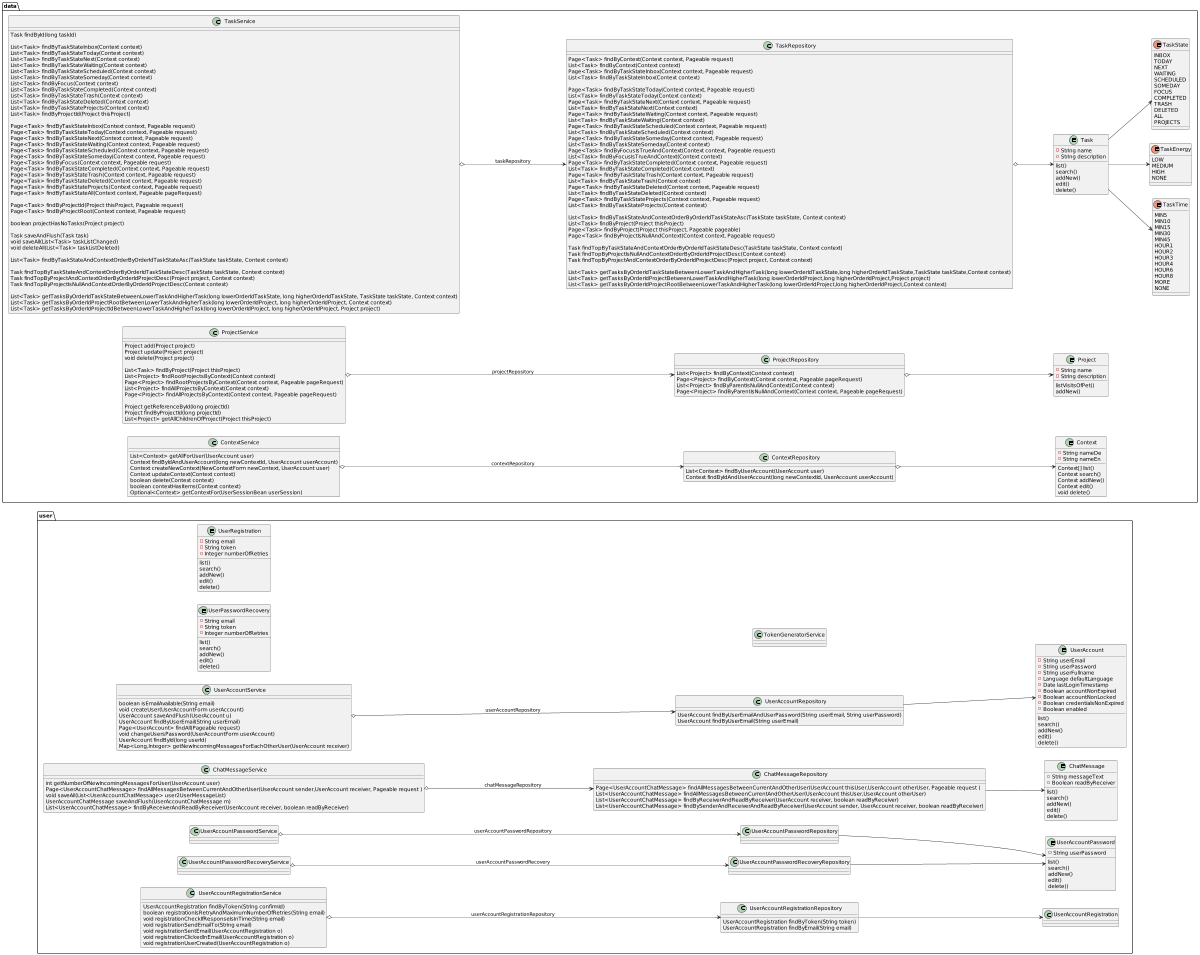
The PlantUML diagram src/main/resources/static/img/plantuml/Simpleworklist__Service_Classes_DB.png in Spring-Framework-Java-Apps/simpleworklist, before a commit.
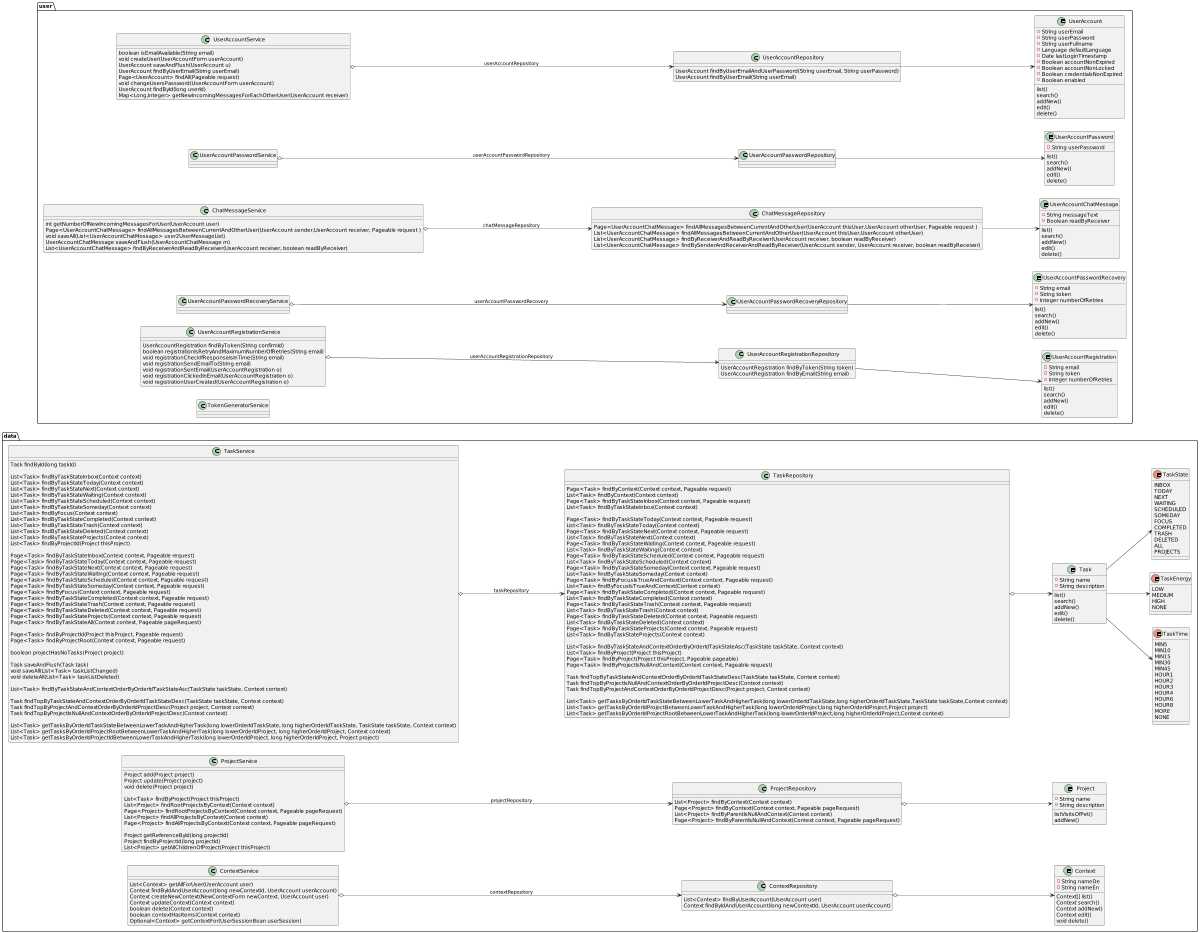
The same file after the commit.

The edit, as a diff of the source:
```diff
@@ -215,7 +215,7 @@
 package user {
 
 
-  entity ChatMessage {
+  entity UserAccountChatMessage {
      - String messageText
      - Boolean readByReceiver
       list()
@@ -251,7 +251,7 @@
       delete()
   }
 
-  entity UserPasswordRecovery {
+  entity UserAccountPasswordRecovery {
       - String email
       - String token
       - Integer numberOfRetries
@@ -262,7 +262,7 @@
       delete()
   }
 
-  entity UserRegistration {
+  entity UserAccountRegistration {
       - String email
       - String token
       - Integer numberOfRetries
@@ -312,12 +312,12 @@
         List<UserAccountChatMessage> findBySenderAndReceiverAndReadByReceiver(UserAccount sender, UserAccount receiver, boolean readByReceiver)
     }
     ChatMessageService o--> ChatMessageRepository: chatMessageRepository
-    ChatMessageRepository --> ChatMessage
+    ChatMessageRepository --> UserAccountChatMessage
 
     class UserAccountPasswordRecoveryService {}
     class UserAccountPasswordRecoveryRepository {}
     UserAccountPasswordRecoveryService o--> UserAccountPasswordRecoveryRepository: userAccountPasswordRecovery
-    UserAccountPasswordRecoveryRepository --> UserAccountPassword
+    UserAccountPasswordRecoveryRepository --> UserAccountPasswordRecovery
 
     class UserAccountRegistrationService {
         UserAccountRegistration findByToken(String confirmId)
```
